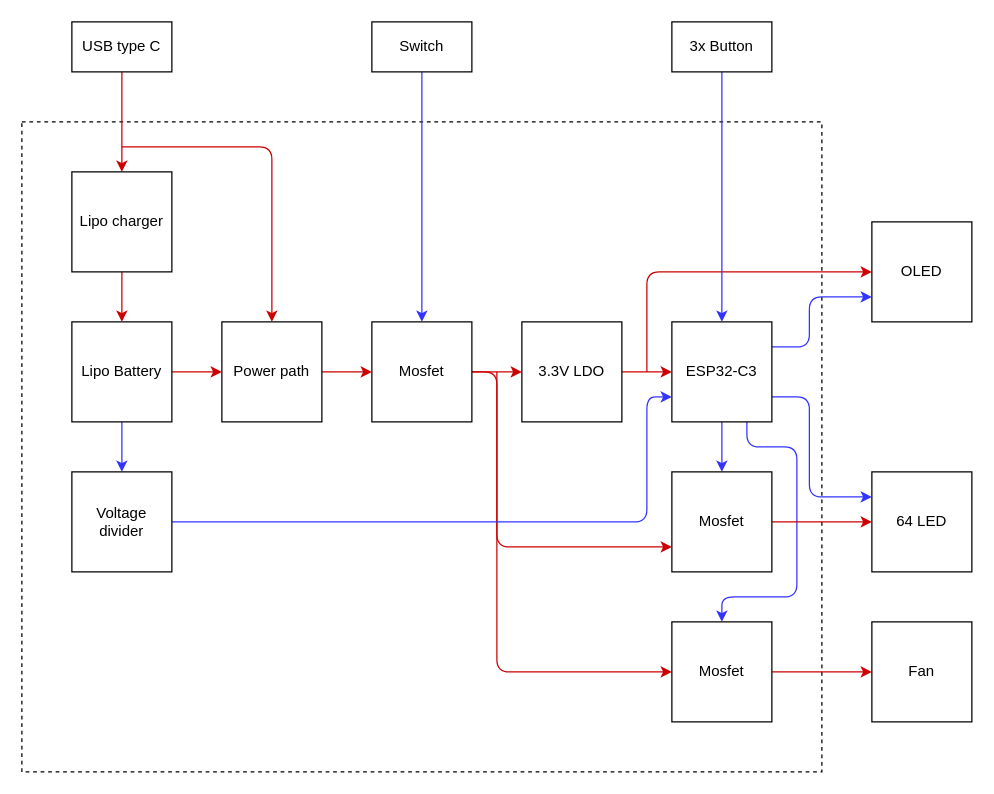
The draw.io diagram Diagram/Block_diagram.drawio in DangViTin/ESP32C3_Studio_LED, before the edit. Source tidied: cells renumbered, new cells numbered last; positions are measured from the earlier drawing's top-left corner, leaving out a move shared by most shapes. Both pictures are drawn from the tidied source at 125%, with x=0, y=0 at pixel (21, 21).
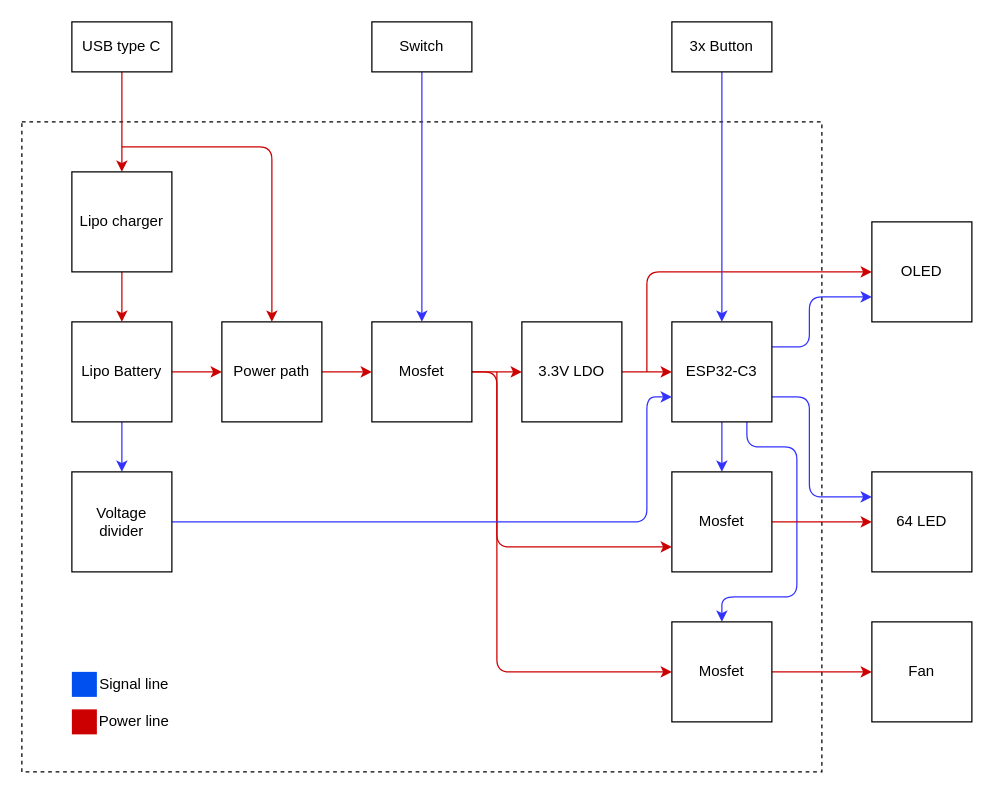
The same page after the edit.

What changed in the source:
```diff
@@
+    <mxCell id="38" style="rounded=0;whiteSpace=wrap;html=1;fillColor=#0050ef;fontColor=#ffffff;strokeColor=none;" parent="1" vertex="1">
+      <mxGeometry x="40" y="520" width="20" height="20" as="geometry" />
+    </mxCell>
+    <mxCell id="39" value="Signal line" style="text;html=1;strokeColor=none;fillColor=none;align=center;verticalAlign=middle;whiteSpace=wrap;rounded=0;" parent="1" vertex="1">
+      <mxGeometry x="60" y="515" width="60" height="30" as="geometry" />
+    </mxCell>
+    <mxCell id="40" style="rounded=0;whiteSpace=wrap;html=1;fillColor=#CC0000;fontColor=#ffffff;strokeColor=none;" parent="1" vertex="1">
+      <mxGeometry x="40" y="550" width="20" height="20" as="geometry" />
+    </mxCell>
+    <mxCell id="41" value="Power line" style="text;html=1;strokeColor=none;fillColor=none;align=center;verticalAlign=middle;whiteSpace=wrap;rounded=0;" parent="1" vertex="1">
+      <mxGeometry x="60" y="545" width="60" height="30" as="geometry" />
+    </mxCell>
```
